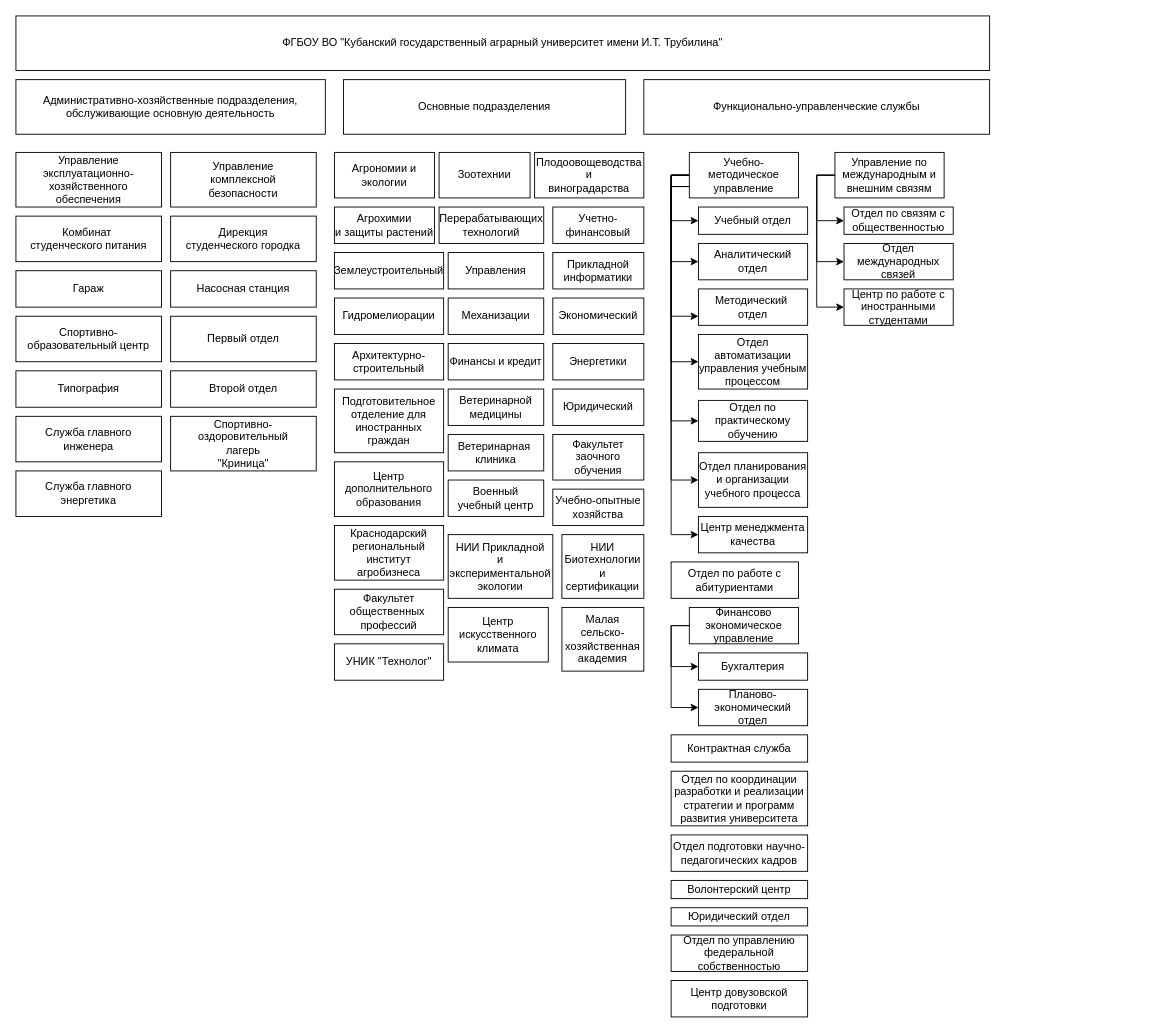
The draw.io diagram Диаграмма без названия.drawio in dariaperepechina/graph, before the edit. Source tidied: cells renumbered, new cells numbered last; positions are measured from the earlier drawing's top-left corner, leaving out a move shared by most shapes. Both pictures are drawn from the tidied source at 91%, with x=0, y=0 at pixel (15, 15).
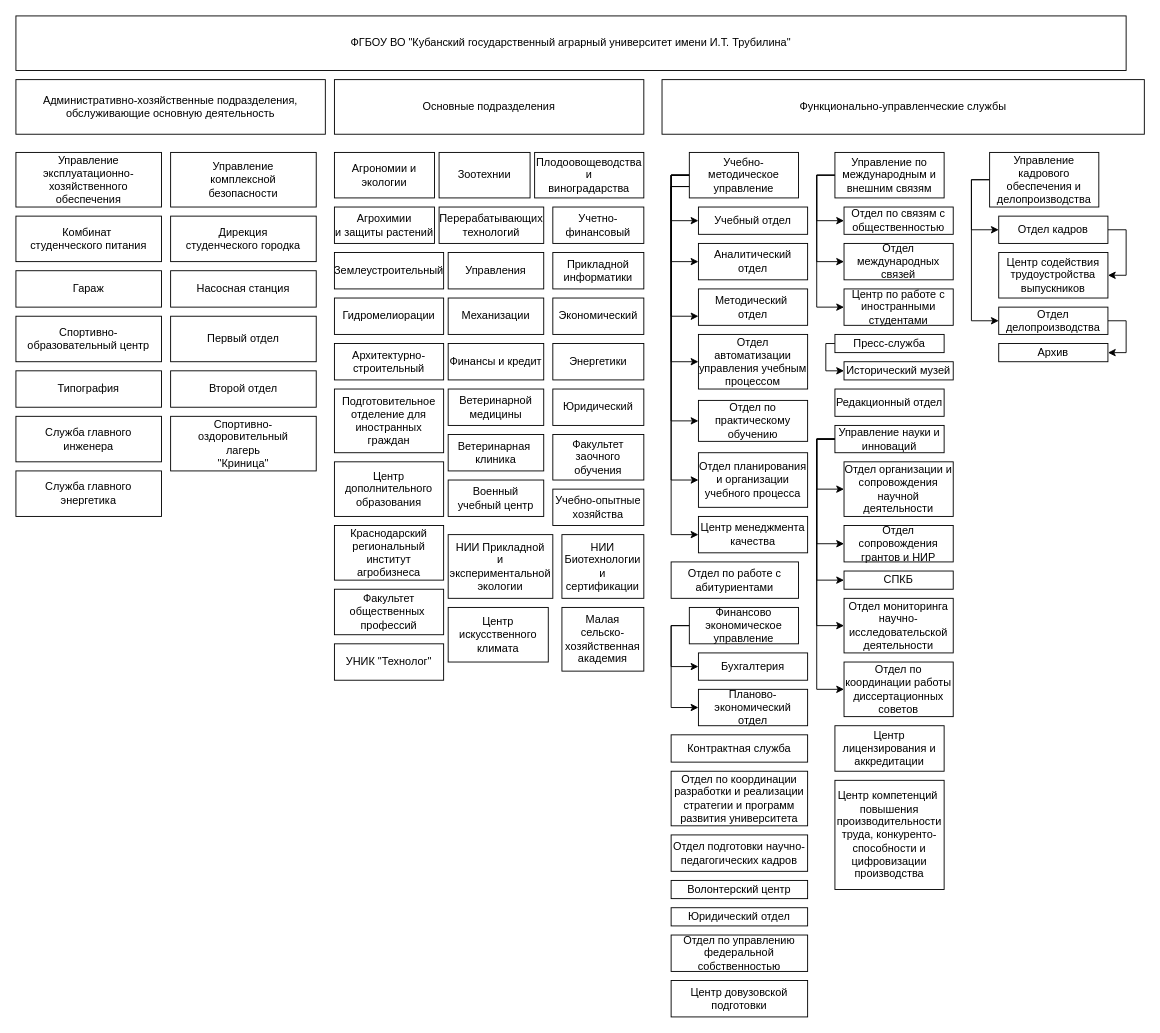
After the change.

The edit, as a diff of the source:
```diff
@@
     <mxCell id="2" value="ФГБОУ ВО &quot;Кубанский государственный аграрный университет имени И.Т. Трубилина&quot;" style="rounded=0;whiteSpace=wrap;html=1;" parent="1" vertex="1">
-      <mxGeometry width="1070" height="60" as="geometry" />
+      <mxGeometry width="1220" height="60" as="geometry" />
     </mxCell>
@@
     <mxCell id="4" value="Основные подразделения" style="rounded=0;whiteSpace=wrap;html=1;" parent="1" vertex="1">
-      <mxGeometry x="360" y="70" width="310" height="60" as="geometry" />
+      <mxGeometry x="350" y="70" width="340" height="60" as="geometry" />
     </mxCell>
     <mxCell id="5" value="Функционально-управленческие службы" style="rounded=0;whiteSpace=wrap;html=1;" parent="1" vertex="1">
-      <mxGeometry x="690" y="70" width="380" height="60" as="geometry" />
+      <mxGeometry x="710" y="70" width="530" height="60" as="geometry" />
     </mxCell>
@@
+    <mxCell id="84" style="edgeStyle=orthogonalEdgeStyle;rounded=0;jettySize=auto;html=1;exitX=0;exitY=0.5;exitDx=0;exitDy=0;entryX=0;entryY=0.5;entryDx=0;entryDy=0;" parent="1" edge="1" source="85" target="86">
+      <mxGeometry relative="1" as="geometry">
+        <Array as="points">
+          <mxPoint x="890" y="360" />
+          <mxPoint x="890" y="390" />
+        </Array>
+      </mxGeometry>
+    </mxCell>
+    <mxCell id="85" value="Пресс-служба" style="rounded=0;whiteSpace=wrap;html=1;" parent="1" vertex="1">
+      <mxGeometry x="900" y="350" width="120" height="20" as="geometry" />
+    </mxCell>
+    <mxCell id="86" value="Исторический музей" style="rounded=0;whiteSpace=wrap;html=1;" parent="1" vertex="1">
+      <mxGeometry x="910" y="380" width="120" height="20" as="geometry" />
+    </mxCell>
+    <mxCell id="87" value="Редакционный отдел" style="rounded=0;whiteSpace=wrap;html=1;" parent="1" vertex="1">
+      <mxGeometry x="900" y="410" width="120" height="30" as="geometry" />
+    </mxCell>
+    <mxCell id="88" style="edgeStyle=orthogonalEdgeStyle;rounded=0;jettySize=auto;html=1;exitX=0;exitY=0.5;exitDx=0;exitDy=0;entryX=0;entryY=0.5;entryDx=0;entryDy=0;" parent="1" edge="1" source="93" target="94">
+      <mxGeometry relative="1" as="geometry" />
+    </mxCell>
+    <mxCell id="89" style="edgeStyle=orthogonalEdgeStyle;rounded=0;jettySize=auto;html=1;exitX=0;exitY=0.5;exitDx=0;exitDy=0;entryX=0;entryY=0.5;entryDx=0;entryDy=0;" parent="1" edge="1" source="93" target="95">
+      <mxGeometry relative="1" as="geometry" />
+    </mxCell>
+    <mxCell id="90" style="edgeStyle=orthogonalEdgeStyle;rounded=0;jettySize=auto;html=1;exitX=0;exitY=0.5;exitDx=0;exitDy=0;entryX=0;entryY=0.5;entryDx=0;entryDy=0;" parent="1" edge="1" source="93" target="96">
+      <mxGeometry relative="1" as="geometry" />
+    </mxCell>
+    <mxCell id="91" style="edgeStyle=orthogonalEdgeStyle;rounded=0;jettySize=auto;html=1;exitX=0;exitY=0.5;exitDx=0;exitDy=0;entryX=0;entryY=0.5;entryDx=0;entryDy=0;" parent="1" edge="1" source="93" target="97">
+      <mxGeometry relative="1" as="geometry" />
+    </mxCell>
+    <mxCell id="92" style="edgeStyle=orthogonalEdgeStyle;rounded=0;jettySize=auto;html=1;exitX=0;exitY=0.5;exitDx=0;exitDy=0;entryX=0;entryY=0.5;entryDx=0;entryDy=0;" parent="1" edge="1" source="93" target="98">
+      <mxGeometry relative="1" as="geometry" />
+    </mxCell>
+    <mxCell id="93" value="Управление науки и инноваций" style="rounded=0;whiteSpace=wrap;html=1;" parent="1" vertex="1">
+      <mxGeometry x="900" y="450" width="120" height="30" as="geometry" />
+    </mxCell>
+    <mxCell id="94" value="Отдел организации и сопровождения научной деятельности" style="rounded=0;whiteSpace=wrap;html=1;" parent="1" vertex="1">
+      <mxGeometry x="910" y="490" width="120" height="60" as="geometry" />
+    </mxCell>
+    <mxCell id="95" value="Отдел сопровождения грантов и НИР" style="rounded=0;whiteSpace=wrap;html=1;" parent="1" vertex="1">
+      <mxGeometry x="910" y="560" width="120" height="40" as="geometry" />
+    </mxCell>
+    <mxCell id="96" value="СПКБ" style="rounded=0;whiteSpace=wrap;html=1;" parent="1" vertex="1">
+      <mxGeometry x="910" y="610" width="120" height="20" as="geometry" />
+    </mxCell>
+    <mxCell id="97" value="Отдел мониторинга научно-исследовательской деятельности" style="rounded=0;whiteSpace=wrap;html=1;" parent="1" vertex="1">
+      <mxGeometry x="910" y="640" width="120" height="60" as="geometry" />
+    </mxCell>
+    <mxCell id="98" value="Отдел по координации работы диссертационных советов" style="rounded=0;whiteSpace=wrap;html=1;" parent="1" vertex="1">
+      <mxGeometry x="910" y="710" width="120" height="60" as="geometry" />
+    </mxCell>
+    <mxCell id="99" value="Центр лицензирования и аккредитации" style="rounded=0;whiteSpace=wrap;html=1;" parent="1" vertex="1">
+      <mxGeometry x="900" y="780" width="120" height="50" as="geometry" />
+    </mxCell>
+    <mxCell id="100" value="Центр компетенций&amp;nbsp; повышения производительности труда, конкуренто-&lt;br&gt;способности и цифровизации производства" style="rounded=0;whiteSpace=wrap;html=1;" parent="1" vertex="1">
+      <mxGeometry x="900" y="840" width="120" height="120" as="geometry" />
+    </mxCell>
+    <mxCell id="101" style="edgeStyle=orthogonalEdgeStyle;rounded=0;jettySize=auto;html=1;exitX=0;exitY=0.5;exitDx=0;exitDy=0;entryX=0;entryY=0.5;entryDx=0;entryDy=0;" parent="1" edge="1" source="103" target="105">
+      <mxGeometry relative="1" as="geometry" />
+    </mxCell>
+    <mxCell id="102" style="edgeStyle=orthogonalEdgeStyle;rounded=0;jettySize=auto;html=1;exitX=0;exitY=0.5;exitDx=0;exitDy=0;entryX=0;entryY=0.5;entryDx=0;entryDy=0;" parent="1" edge="1" source="103" target="108">
+      <mxGeometry relative="1" as="geometry" />
+    </mxCell>
+    <mxCell id="103" value="Управление кадрового обеспечения и делопроизводства" style="rounded=0;whiteSpace=wrap;html=1;" parent="1" vertex="1">
+      <mxGeometry x="1070" y="150" width="120" height="60" as="geometry" />
+    </mxCell>
+    <mxCell id="104" style="edgeStyle=orthogonalEdgeStyle;rounded=0;jettySize=auto;html=1;exitX=1;exitY=0.5;exitDx=0;exitDy=0;entryX=1;entryY=0.5;entryDx=0;entryDy=0;" parent="1" edge="1" source="105" target="106">
+      <mxGeometry relative="1" as="geometry" />
+    </mxCell>
+    <mxCell id="105" value="Отдел кадров" style="rounded=0;whiteSpace=wrap;html=1;" parent="1" vertex="1">
+      <mxGeometry x="1080" y="220" width="120" height="30" as="geometry" />
+    </mxCell>
+    <mxCell id="106" value="Центр содействия трудоустройства выпускников" style="rounded=0;whiteSpace=wrap;html=1;" parent="1" vertex="1">
+      <mxGeometry x="1080" y="260" width="120" height="50" as="geometry" />
+    </mxCell>
+    <mxCell id="107" style="edgeStyle=orthogonalEdgeStyle;rounded=0;jettySize=auto;html=1;exitX=1;exitY=0.5;exitDx=0;exitDy=0;entryX=1;entryY=0.5;entryDx=0;entryDy=0;" parent="1" edge="1" source="108" target="109">
+      <mxGeometry relative="1" as="geometry">
+        <Array as="points">
+          <mxPoint x="1220" y="335" />
+          <mxPoint x="1220" y="370" />
+        </Array>
+      </mxGeometry>
+    </mxCell>
+    <mxCell id="108" value="Отдел делопроизводства" style="rounded=0;whiteSpace=wrap;html=1;" parent="1" vertex="1">
+      <mxGeometry x="1080" y="320" width="120" height="30" as="geometry" />
+    </mxCell>
+    <mxCell id="109" value="Архив" style="rounded=0;whiteSpace=wrap;html=1;" parent="1" vertex="1">
+      <mxGeometry x="1080" y="360" width="120" height="20" as="geometry" />
+    </mxCell>
```
